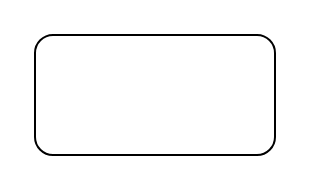
Before: Diagrama sem nome.drawio in lguedes-git/drawio, a draw.io diagram. Source tidied: cells renumbered, new cells numbered last; positions are measured from the earlier drawing's top-left corner, leaving out a move shared by most shapes. Both pictures are drawn from the tidied source at 200%, with x=0, y=0 at pixel (34, 34).
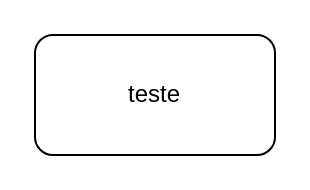
The same page after the edit.

Change to the diagram source:
```diff
@@
 <mxGraphModel>
   <root>
     <mxCell id="0" />
     <mxCell id="1" parent="0" />
-    <mxCell id="2" style="rounded=1;whiteSpace=wrap;html=1;" parent="1" vertex="1">
+    <mxCell id="2" value="teste" style="rounded=1;whiteSpace=wrap;html=1;" parent="1" vertex="1">
       <mxGeometry width="120" height="60" as="geometry" />
     </mxCell>
   </root>
 </mxGraphModel>
```
